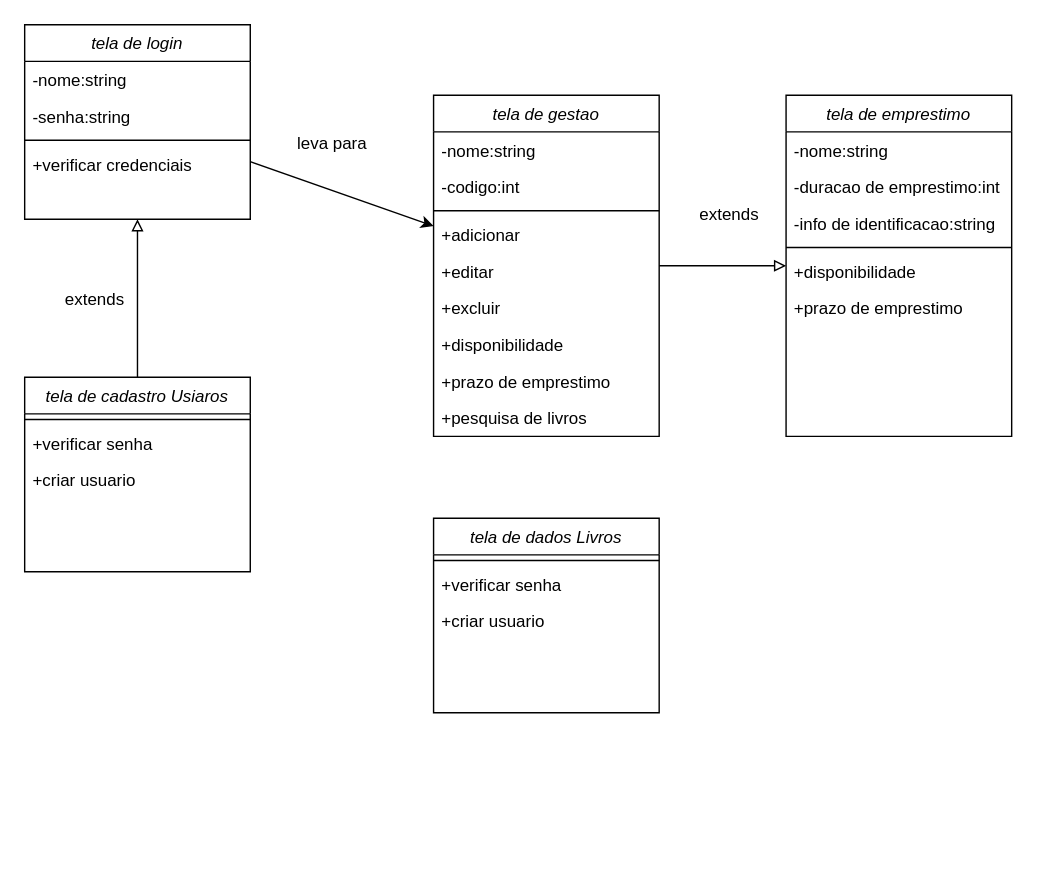
The draw.io diagram Biblioteca v2.drawio in John-The-Fox/Projeto-Biblioteca, before the edit. Source tidied: cells renumbered, new cells numbered last; positions are measured from the earlier drawing's top-left corner, leaving out a move shared by most shapes. Both pictures are drawn from the tidied source at 141%, with x=0, y=0 at pixel (24, 24).
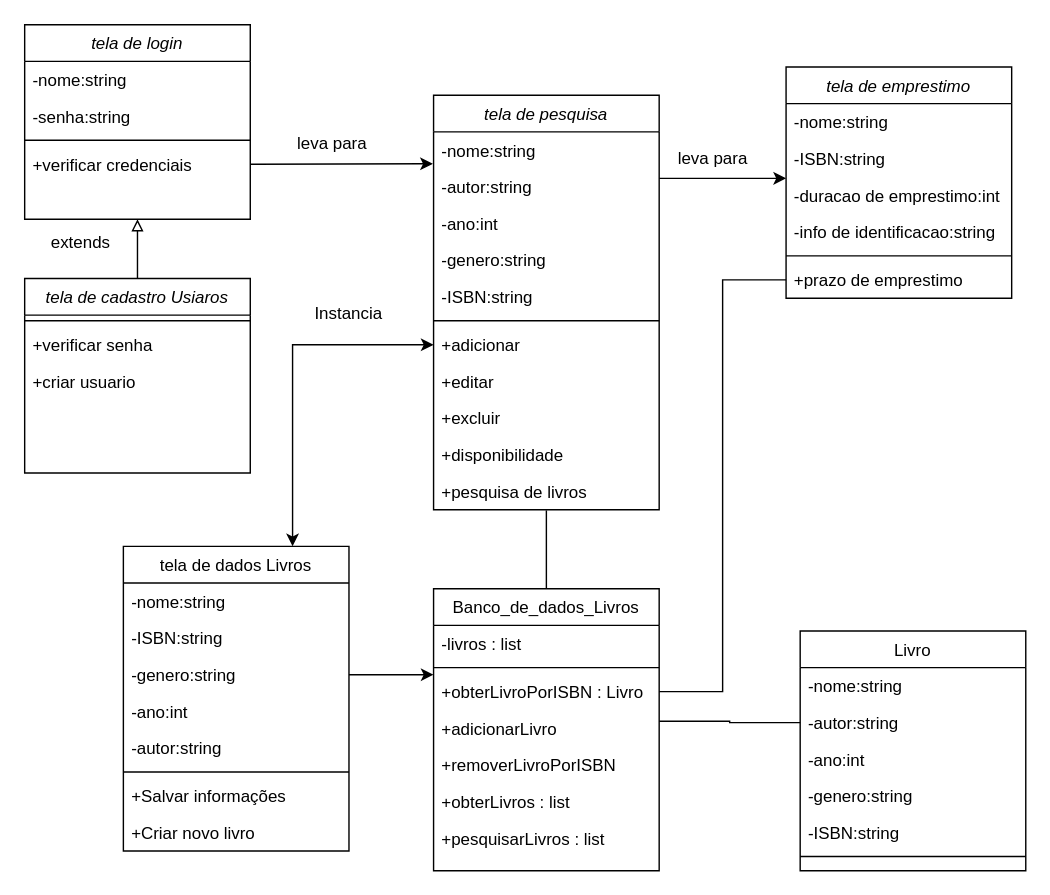
The same page after the edit.

Unchanged cells that the change refers to:
```xml
<mxCell id="3" value="-nome:string" style="text;align=left;verticalAlign=top;spacingLeft=4;spacingRight=4;overflow=hidden;points=[[0,0.5],[1,0.5]];portConstraint=eastwest;" parent="2" vertex="1">
  <mxGeometry y="26" width="160" height="26" as="geometry" />
</mxCell>
<mxCell id="12" value="tela de login" style="swimlane;fontStyle=2;align=center;verticalAlign=top;horizontal=1;startSize=26;rounded=0;shadow=0;strokeWidth=1;" parent="1" vertex="1">
  <mxGeometry width="160" height="138" as="geometry" />
</mxCell>
<mxCell id="16" value="+verificar credenciais" style="text;align=left;verticalAlign=top;spacingLeft=4;spacingRight=4;overflow=hidden;points=[[0,0.5],[1,0.5]];portConstraint=eastwest;" parent="12" vertex="1">
  <mxGeometry y="86" width="160" height="26" as="geometry" />
</mxCell>
<mxCell id="23" value="+prazo de emprestimo" style="text;align=left;verticalAlign=top;spacingLeft=4;spacingRight=4;overflow=hidden;points=[[0,0.5],[1,0.5]];portConstraint=eastwest;" parent="17" vertex="1">
  <mxGeometry y="138" width="160" height="26" as="geometry" />
</mxCell>
```

Diff of the diagram source:
```diff
@@
-    <mxCell id="2" value="tela de gestao" style="swimlane;fontStyle=2;align=center;verticalAlign=top;horizontal=1;startSize=26;rounded=0;shadow=0;strokeWidth=1;" parent="1" vertex="1">
-      <mxGeometry x="290" y="50" width="160" height="242" as="geometry" />
+    <mxCell id="2" value="tela de pesquisa" style="swimlane;fontStyle=2;align=center;verticalAlign=top;horizontal=1;startSize=26;rounded=0;shadow=0;strokeWidth=1;" parent="1" vertex="1">
+      <mxGeometry x="290" y="50" width="160" height="294" as="geometry" />
     </mxCell>
@@
-    <mxCell id="4" value="-codigo:int" style="text;align=left;verticalAlign=top;spacingLeft=4;spacingRight=4;overflow=hidden;" parent="2" vertex="1">
+    <mxCell id="4" value="-autor:string" style="text;align=left;verticalAlign=top;spacingLeft=4;spacingRight=4;overflow=hidden;" parent="2" vertex="1">
       <mxGeometry y="52" width="160" height="26" as="geometry" />
     </mxCell>
+    <mxCell id="38" value="-ano:int" style="text;align=left;verticalAlign=top;spacingLeft=4;spacingRight=4;overflow=hidden;" parent="2" vertex="1">
+      <mxGeometry y="78" width="160" height="26" as="geometry" />
+    </mxCell>
+    <mxCell id="39" value="-genero:string" style="text;align=left;verticalAlign=top;spacingLeft=4;spacingRight=4;overflow=hidden;" parent="2" vertex="1">
+      <mxGeometry y="104" width="160" height="26" as="geometry" />
+    </mxCell>
+    <mxCell id="40" value="-ISBN:string" style="text;align=left;verticalAlign=top;spacingLeft=4;spacingRight=4;overflow=hidden;" parent="2" vertex="1">
+      <mxGeometry y="130" width="160" height="26" as="geometry" />
+    </mxCell>
     <mxCell id="5" style="line;html=1;strokeWidth=1;align=left;verticalAlign=middle;spacingTop=-1;spacingLeft=3;spacingRight=3;labelPosition=right;" parent="2" vertex="1">
-      <mxGeometry y="78" width="160" height="8" as="geometry" />
+      <mxGeometry y="156" width="160" height="8" as="geometry" />
     </mxCell>
     <mxCell id="6" value="+adicionar" style="text;align=left;verticalAlign=top;spacingLeft=4;spacingRight=4;overflow=hidden;points=[[0,0.5],[1,0.5]];portConstraint=eastwest;" parent="2" vertex="1">
-      <mxGeometry y="86" width="160" height="26" as="geometry" />
+      <mxGeometry y="164" width="160" height="26" as="geometry" />
     </mxCell>
     <mxCell id="7" value="+editar" style="text;align=left;verticalAlign=top;spacingLeft=4;spacingRight=4;overflow=hidden;" parent="2" vertex="1">
-      <mxGeometry y="112" width="160" height="26" as="geometry" />
+      <mxGeometry y="190" width="160" height="26" as="geometry" />
     </mxCell>
     <mxCell id="8" value="+excluir" style="text;align=left;verticalAlign=top;spacingLeft=4;spacingRight=4;overflow=hidden;" parent="2" vertex="1">
-      <mxGeometry y="138" width="160" height="26" as="geometry" />
+      <mxGeometry y="216" width="160" height="26" as="geometry" />
     </mxCell>
     <mxCell id="9" value="+disponibilidade" style="text;align=left;verticalAlign=top;spacingLeft=4;spacingRight=4;overflow=hidden;" parent="2" vertex="1">
-      <mxGeometry y="164" width="160" height="26" as="geometry" />
+      <mxGeometry y="242" width="160" height="26" as="geometry" />
     </mxCell>
-    <mxCell id="10" value="+prazo de emprestimo" style="text;align=left;verticalAlign=top;spacingLeft=4;spacingRight=4;overflow=hidden;" parent="2" vertex="1">
-      <mxGeometry y="190" width="160" height="26" as="geometry" />
-    </mxCell>
     <mxCell id="11" value="+pesquisa de livros" style="text;align=left;verticalAlign=top;spacingLeft=4;spacingRight=4;overflow=hidden;points=[[0,0.5],[1,0.5]];portConstraint=eastwest;" parent="2" vertex="1">
-      <mxGeometry y="216" width="160" height="26" as="geometry" />
+      <mxGeometry y="268" width="160" height="26" as="geometry" />
     </mxCell>
@@
     <mxCell id="17" value="tela de emprestimo" style="swimlane;fontStyle=2;align=center;verticalAlign=top;horizontal=1;startSize=26;rounded=0;shadow=0;strokeWidth=1;" parent="1" vertex="1">
-      <mxGeometry x="540" y="50" width="160" height="242" as="geometry" />
+      <mxGeometry x="540" y="30" width="160" height="164" as="geometry" />
     </mxCell>
@@
+    <mxCell id="41" value="-ISBN:string" style="text;align=left;verticalAlign=top;spacingLeft=4;spacingRight=4;overflow=hidden;" parent="17" vertex="1">
+      <mxGeometry y="52" width="160" height="26" as="geometry" />
+    </mxCell>
     <mxCell id="19" value="-duracao de emprestimo:int" style="text;align=left;verticalAlign=top;spacingLeft=4;spacingRight=4;overflow=hidden;" parent="17" vertex="1">
-      <mxGeometry y="52" width="160" height="26" as="geometry" />
+      <mxGeometry y="78" width="160" height="26" as="geometry" />
     </mxCell>
     <mxCell id="20" value="-info de identificacao:string" style="text;align=left;verticalAlign=top;spacingLeft=4;spacingRight=4;overflow=hidden;" parent="17" vertex="1">
-      <mxGeometry y="78" width="160" height="26" as="geometry" />
+      <mxGeometry y="104" width="160" height="26" as="geometry" />
     </mxCell>
     <mxCell id="21" style="line;html=1;strokeWidth=1;align=left;verticalAlign=middle;spacingTop=-1;spacingLeft=3;spacingRight=3;labelPosition=right;" parent="17" vertex="1">
-      <mxGeometry y="104" width="160" height="8" as="geometry" />
+      <mxGeometry y="130" width="160" height="8" as="geometry" />
     </mxCell>
-    <mxCell id="22" value="+disponibilidade" style="text;align=left;verticalAlign=top;spacingLeft=4;spacingRight=4;overflow=hidden;" parent="17" vertex="1">
-      <mxGeometry y="112" width="160" height="26" as="geometry" />
-    </mxCell>
@@
     <mxCell id="24" value="tela de cadastro Usiaros" style="swimlane;fontStyle=2;align=center;verticalAlign=top;horizontal=1;startSize=26;rounded=0;shadow=0;strokeWidth=1;" parent="1" vertex="1">
-      <mxGeometry y="250" width="160" height="138" as="geometry" />
+      <mxGeometry y="180" width="160" height="138" as="geometry" />
     </mxCell>
@@
     <mxCell id="29" value="extends" style="text;html=1;align=center;verticalAlign=middle;whiteSpace=wrap;rounded=0;" parent="1" vertex="1">
-      <mxGeometry x="20" y="180" width="60" height="30" as="geometry" />
+      <mxGeometry x="10" y="140" width="60" height="30" as="geometry" />
     </mxCell>
-    <mxCell id="30" style="endArrow=block;html=1;rounded=0;endFill=0;" parent="1" edge="1" source="2" target="17">
-      <mxGeometry relative="1" as="geometry" />
-    </mxCell>
-    <mxCell id="31" value="extends" style="text;html=1;align=center;verticalAlign=middle;whiteSpace=wrap;rounded=0;" parent="1" vertex="1">
-      <mxGeometry x="470" y="120" width="60" height="30" as="geometry" />
-    </mxCell>
-    <mxCell id="32" style="endArrow=classic;html=1;rounded=0;" parent="1" edge="1" source="12" target="2">
+    <mxCell id="32" style="endArrow=classic;html=1;rounded=0;entryX=-0.003;entryY=0.872;entryDx=0;entryDy=0;exitX=1;exitY=0.5;exitDx=0;exitDy=0;entryPerimeter=0;" parent="1" edge="1" source="16" target="3">
       <mxGeometry relative="1" as="geometry" />
     </mxCell>
@@
-    <mxCell id="34" value="tela de dados Livros" style="swimlane;fontStyle=2;align=center;verticalAlign=top;horizontal=1;startSize=26;rounded=0;shadow=0;strokeWidth=1;" parent="1" vertex="1">
-      <mxGeometry x="290" y="350" width="160" height="138" as="geometry" />
+    <mxCell id="34" value="tela de dados Livros" style="swimlane;fontStyle=0;align=center;verticalAlign=top;horizontal=1;startSize=26;rounded=0;shadow=0;strokeWidth=1;" parent="1" vertex="1">
+      <mxGeometry x="70" y="370" width="160" height="216" as="geometry" />
     </mxCell>
+    <mxCell id="42" value="-nome:string" style="text;align=left;verticalAlign=top;spacingLeft=4;spacingRight=4;overflow=hidden;" parent="34" vertex="1">
+      <mxGeometry y="26" width="160" height="26" as="geometry" />
+    </mxCell>
+    <mxCell id="43" value="-ISBN:string" style="text;align=left;verticalAlign=top;spacingLeft=4;spacingRight=4;overflow=hidden;" parent="34" vertex="1">
+      <mxGeometry y="52" width="160" height="26" as="geometry" />
+    </mxCell>
+    <mxCell id="44" value="-genero:string" style="text;align=left;verticalAlign=top;spacingLeft=4;spacingRight=4;overflow=hidden;points=[[0,0.5],[1,0.5]];portConstraint=eastwest;" parent="34" vertex="1">
+      <mxGeometry y="78" width="160" height="26" as="geometry" />
+    </mxCell>
+    <mxCell id="45" value="-ano:int" style="text;align=left;verticalAlign=top;spacingLeft=4;spacingRight=4;overflow=hidden;" parent="34" vertex="1">
+      <mxGeometry y="104" width="160" height="26" as="geometry" />
+    </mxCell>
+    <mxCell id="46" value="-autor:string" style="text;align=left;verticalAlign=top;spacingLeft=4;spacingRight=4;overflow=hidden;" parent="34" vertex="1">
+      <mxGeometry y="130" width="160" height="26" as="geometry" />
+    </mxCell>
     <mxCell id="35" style="line;html=1;strokeWidth=1;align=left;verticalAlign=middle;spacingTop=-1;spacingLeft=3;spacingRight=3;labelPosition=right;" parent="34" vertex="1">
-      <mxGeometry y="26" width="160" height="8" as="geometry" />
+      <mxGeometry y="156" width="160" height="8" as="geometry" />
     </mxCell>
-    <mxCell id="36" value="+verificar senha" style="text;align=left;verticalAlign=top;spacingLeft=4;spacingRight=4;overflow=hidden;" parent="34" vertex="1">
-      <mxGeometry y="34" width="160" height="26" as="geometry" />
-    </mxCell>
-    <mxCell id="37" value="+criar usuario" style="text;align=left;verticalAlign=top;spacingLeft=4;spacingRight=4;overflow=hidden;" parent="34" vertex="1">
-      <mxGeometry y="60" width="160" height="26" as="geometry" />
-    </mxCell>
+    <mxCell id="47" value="+Salvar informações" style="text;align=left;verticalAlign=top;spacingLeft=4;spacingRight=4;overflow=hidden;" parent="34" vertex="1">
+      <mxGeometry y="164" width="160" height="26" as="geometry" />
+    </mxCell>
+    <mxCell id="48" value="+Criar novo livro" style="text;align=left;verticalAlign=top;spacingLeft=4;spacingRight=4;overflow=hidden;" parent="34" vertex="1">
+      <mxGeometry y="190" width="160" height="26" as="geometry" />
+    </mxCell>
+    <mxCell id="49" style="endArrow=classic;html=1;rounded=0;" parent="1" edge="1">
+      <mxGeometry relative="1" as="geometry">
+        <mxPoint x="450" y="109" as="sourcePoint" />
+        <mxPoint x="540" y="109" as="targetPoint" />
+      </mxGeometry>
+    </mxCell>
+    <mxCell id="50" value="leva para&amp;nbsp;" style="text;html=1;align=center;verticalAlign=middle;whiteSpace=wrap;rounded=0;" parent="1" vertex="1">
+      <mxGeometry x="460" y="80" width="60" height="30" as="geometry" />
+    </mxCell>
+    <mxCell id="51" style="endArrow=classic;html=1;rounded=0;exitX=0;exitY=0.5;exitDx=0;exitDy=0;entryX=0.75;entryY=0;entryDx=0;entryDy=0;edgeStyle=orthogonalEdgeStyle;startArrow=classic;startFill=1;" parent="1" edge="1" source="6" target="34">
+      <mxGeometry relative="1" as="geometry" />
+    </mxCell>
+    <mxCell id="52" value="Instancia" style="text;html=1;align=center;verticalAlign=middle;whiteSpace=wrap;rounded=0;" parent="1" vertex="1">
+      <mxGeometry x="200" y="190" width="60" height="30" as="geometry" />
+    </mxCell>
+    <mxCell id="53" style="edgeStyle=orthogonalEdgeStyle;rounded=0;jettySize=auto;html=1;exitX=0.5;exitY=0;exitDx=0;exitDy=0;endArrow=none;endFill=0;entryX=0.5;entryY=1.019;entryDx=0;entryDy=0;entryPerimeter=0;" parent="1" edge="1" source="54" target="11">
+      <mxGeometry relative="1" as="geometry" />
+    </mxCell>
+    <mxCell id="54" value="Banco_de_dados_Livros" style="swimlane;fontStyle=0;align=center;verticalAlign=top;horizontal=1;startSize=26;rounded=0;shadow=0;strokeWidth=1;" parent="1" vertex="1">
+      <mxGeometry x="290" y="400" width="160" height="200" as="geometry" />
+    </mxCell>
+    <mxCell id="55" value="-livros : list" style="text;align=left;verticalAlign=top;spacingLeft=4;spacingRight=4;overflow=hidden;" parent="54" vertex="1">
+      <mxGeometry y="26" width="160" height="26" as="geometry" />
+    </mxCell>
+    <mxCell id="56" style="line;html=1;strokeWidth=1;align=left;verticalAlign=middle;spacingTop=-1;spacingLeft=3;spacingRight=3;labelPosition=right;" parent="54" vertex="1">
+      <mxGeometry y="52" width="160" height="8" as="geometry" />
+    </mxCell>
+    <mxCell id="57" value="+obterLivroPorISBN : Livro" style="text;align=left;verticalAlign=top;spacingLeft=4;spacingRight=4;overflow=hidden;points=[[0,0.5],[1,0.5]];portConstraint=eastwest;" parent="54" vertex="1">
+      <mxGeometry y="60" width="160" height="26" as="geometry" />
+    </mxCell>
+    <mxCell id="58" value="+adicionarLivro" style="text;align=left;verticalAlign=top;spacingLeft=4;spacingRight=4;overflow=hidden;points=[[0,0.5],[1,0.5]];portConstraint=eastwest;" parent="54" vertex="1">
+      <mxGeometry y="86" width="160" height="26" as="geometry" />
+    </mxCell>
+    <mxCell id="59" value="+removerLivroPorISBN" style="text;align=left;verticalAlign=top;spacingLeft=4;spacingRight=4;overflow=hidden;" parent="54" vertex="1">
+      <mxGeometry y="112" width="160" height="26" as="geometry" />
+    </mxCell>
+    <mxCell id="60" value="+obterLivros : list" style="text;align=left;verticalAlign=top;spacingLeft=4;spacingRight=4;overflow=hidden;" parent="54" vertex="1">
+      <mxGeometry y="138" width="160" height="26" as="geometry" />
+    </mxCell>
+    <mxCell id="61" value="+pesquisarLivros : list" style="text;align=left;verticalAlign=top;spacingLeft=4;spacingRight=4;overflow=hidden;" parent="54" vertex="1">
+      <mxGeometry y="164" width="160" height="26" as="geometry" />
+    </mxCell>
+    <mxCell id="62" style="edgeStyle=orthogonalEdgeStyle;rounded=0;jettySize=auto;html=1;exitX=1;exitY=0.5;exitDx=0;exitDy=0;entryX=0;entryY=0.346;entryDx=0;entryDy=0;entryPerimeter=0;" parent="1" edge="1" source="44">
+      <mxGeometry relative="1" as="geometry">
+        <mxPoint x="290" y="461" as="targetPoint" />
+      </mxGeometry>
+    </mxCell>
+    <mxCell id="63" value="Livro" style="swimlane;fontStyle=0;align=center;verticalAlign=top;horizontal=1;startSize=26;rounded=0;shadow=0;strokeWidth=1;" parent="1" vertex="1">
+      <mxGeometry x="550" y="430" width="160" height="170" as="geometry" />
+    </mxCell>
+    <mxCell id="64" value="-nome:string" style="text;align=left;verticalAlign=top;spacingLeft=4;spacingRight=4;overflow=hidden;" parent="63" vertex="1">
+      <mxGeometry y="26" width="160" height="26" as="geometry" />
+    </mxCell>
+    <mxCell id="65" value="-autor:string" style="text;align=left;verticalAlign=top;spacingLeft=4;spacingRight=4;overflow=hidden;points=[[0,0.5],[1,0.5]];portConstraint=eastwest;" parent="63" vertex="1">
+      <mxGeometry y="52" width="160" height="26" as="geometry" />
+    </mxCell>
+    <mxCell id="66" value="-ano:int" style="text;align=left;verticalAlign=top;spacingLeft=4;spacingRight=4;overflow=hidden;" parent="63" vertex="1">
+      <mxGeometry y="78" width="160" height="26" as="geometry" />
+    </mxCell>
+    <mxCell id="67" value="-genero:string" style="text;align=left;verticalAlign=top;spacingLeft=4;spacingRight=4;overflow=hidden;" parent="63" vertex="1">
+      <mxGeometry y="104" width="160" height="26" as="geometry" />
+    </mxCell>
+    <mxCell id="68" value="-ISBN:string" style="text;align=left;verticalAlign=top;spacingLeft=4;spacingRight=4;overflow=hidden;" parent="63" vertex="1">
+      <mxGeometry y="130" width="160" height="26" as="geometry" />
+    </mxCell>
+    <mxCell id="69" style="line;html=1;strokeWidth=1;align=left;verticalAlign=middle;spacingTop=-1;spacingLeft=3;spacingRight=3;labelPosition=right;" parent="63" vertex="1">
+      <mxGeometry y="156" width="160" height="8" as="geometry" />
+    </mxCell>
+    <mxCell id="70" style="edgeStyle=orthogonalEdgeStyle;rounded=0;jettySize=auto;html=1;exitX=1;exitY=0.308;exitDx=0;exitDy=0;entryX=0;entryY=0.5;entryDx=0;entryDy=0;exitPerimeter=0;endArrow=none;endFill=0;" parent="1" edge="1" source="58" target="65">
+      <mxGeometry relative="1" as="geometry" />
+    </mxCell>
+    <mxCell id="71" style="edgeStyle=orthogonalEdgeStyle;rounded=0;jettySize=auto;html=1;exitX=1;exitY=0.5;exitDx=0;exitDy=0;entryX=0;entryY=0.5;entryDx=0;entryDy=0;endArrow=none;endFill=0;" parent="1" edge="1" source="57" target="23">
+      <mxGeometry relative="1" as="geometry" />
+    </mxCell>
```
